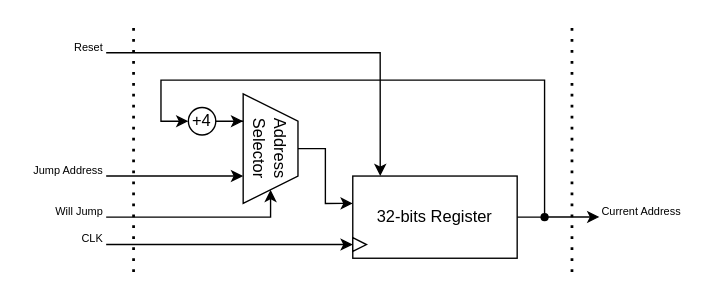
The draw.io diagram page "Program Counter" (3 of 5) of docs/imgs/hardware_design/Component.drawio in WachirawichN/C0-CPU, before the edit. Source tidied: cells renumbered, new cells numbered last; positions are measured from the earlier drawing's top-left corner, leaving out a move shared by most shapes. Both pictures are drawn from the tidied source at 137%, with x=0, y=0 at pixel (23, 25).
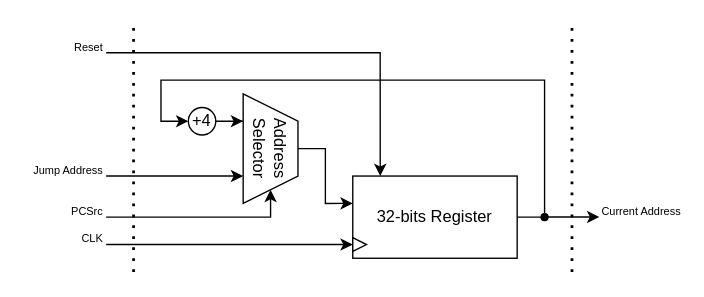
Above is the later version.

Change to the diagram source:
```diff
@@
-    <mxCell id="17" value="&lt;font style=&quot;font-size: 8px;&quot;&gt;Will Jump&lt;/font&gt;" style="text;html=1;whiteSpace=wrap;strokeColor=none;fillColor=none;align=right;verticalAlign=middle;rounded=0;" parent="1" vertex="1">
+    <mxCell id="17" value="&lt;font style=&quot;font-size: 8px;&quot;&gt;PCSrc&lt;/font&gt;" style="text;html=1;whiteSpace=wrap;strokeColor=none;fillColor=none;align=right;verticalAlign=middle;rounded=0;" parent="1" vertex="1">
       <mxGeometry y="130" width="60" height="10" as="geometry" />
     </mxCell>
```
